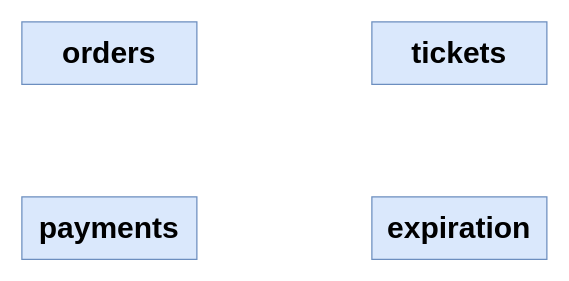
HappySuzuki/microservices-cast keeps this draw.io diagram as page "01 - orders" (1 of 2) of diagrams/07/01.drawio. Above is the earlier version. Source tidied: cells renumbered, new cells numbered last; positions are measured from the earlier drawing's top-left corner, leaving out a move shared by most shapes. Both pictures are drawn from the tidied source at 125%, with x=0, y=0 at pixel (21, 21).
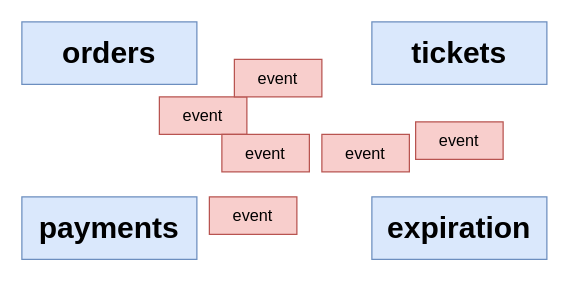
The same diagram, later.

The edit, as a diff of the source:
```diff
@@
 <mxGraphModel>
   <root>
     <mxCell id="0" />
     <mxCell id="1" parent="0" />
     <mxCell id="2" value="orders" style="rounded=0;whiteSpace=wrap;html=1;fontSize=24;align=center;fillColor=#dae8fc;strokeColor=#6c8ebf;fontStyle=1;" parent="1" vertex="1">
       <mxGeometry width="140" height="50" as="geometry" />
     </mxCell>
     <mxCell id="3" value="expiration" style="rounded=0;whiteSpace=wrap;html=1;fontSize=24;align=center;fillColor=#dae8fc;strokeColor=#6c8ebf;fontStyle=1;" parent="1" vertex="1">
       <mxGeometry x="280" y="140" width="140" height="50" as="geometry" />
     </mxCell>
     <mxCell id="4" value="payments" style="rounded=0;whiteSpace=wrap;html=1;fontSize=24;align=center;fillColor=#dae8fc;strokeColor=#6c8ebf;fontStyle=1;" parent="1" vertex="1">
       <mxGeometry y="140" width="140" height="50" as="geometry" />
     </mxCell>
     <mxCell id="5" value="tickets" style="rounded=0;whiteSpace=wrap;html=1;fontSize=24;align=center;fillColor=#dae8fc;strokeColor=#6c8ebf;fontStyle=1;" parent="1" vertex="1">
       <mxGeometry x="280" width="140" height="50" as="geometry" />
     </mxCell>
+    <mxCell id="6" value="event" style="rounded=0;whiteSpace=wrap;html=1;fillColor=#f8cecc;strokeColor=#b85450;fontStyle=0;fontSize=13;" parent="1" vertex="1">
+      <mxGeometry x="110" y="60" width="70" height="30" as="geometry" />
+    </mxCell>
+    <mxCell id="7" value="event" style="rounded=0;whiteSpace=wrap;html=1;fillColor=#f8cecc;strokeColor=#b85450;fontStyle=0;fontSize=13;" parent="1" vertex="1">
+      <mxGeometry x="160" y="90" width="70" height="30" as="geometry" />
+    </mxCell>
+    <mxCell id="8" value="event" style="rounded=0;whiteSpace=wrap;html=1;fillColor=#f8cecc;strokeColor=#b85450;fontStyle=0;fontSize=13;" parent="1" vertex="1">
+      <mxGeometry x="170" y="30" width="70" height="30" as="geometry" />
+    </mxCell>
+    <mxCell id="9" value="event" style="rounded=0;whiteSpace=wrap;html=1;fillColor=#f8cecc;strokeColor=#b85450;fontStyle=0;fontSize=13;" parent="1" vertex="1">
+      <mxGeometry x="150" y="140" width="70" height="30" as="geometry" />
+    </mxCell>
+    <mxCell id="10" value="event" style="rounded=0;whiteSpace=wrap;html=1;fillColor=#f8cecc;strokeColor=#b85450;fontStyle=0;fontSize=13;" parent="1" vertex="1">
+      <mxGeometry x="315" y="80" width="70" height="30" as="geometry" />
+    </mxCell>
+    <mxCell id="11" value="event" style="rounded=0;whiteSpace=wrap;html=1;fillColor=#f8cecc;strokeColor=#b85450;fontStyle=0;fontSize=13;" parent="1" vertex="1">
+      <mxGeometry x="240" y="90" width="70" height="30" as="geometry" />
+    </mxCell>
   </root>
 </mxGraphModel>
```
